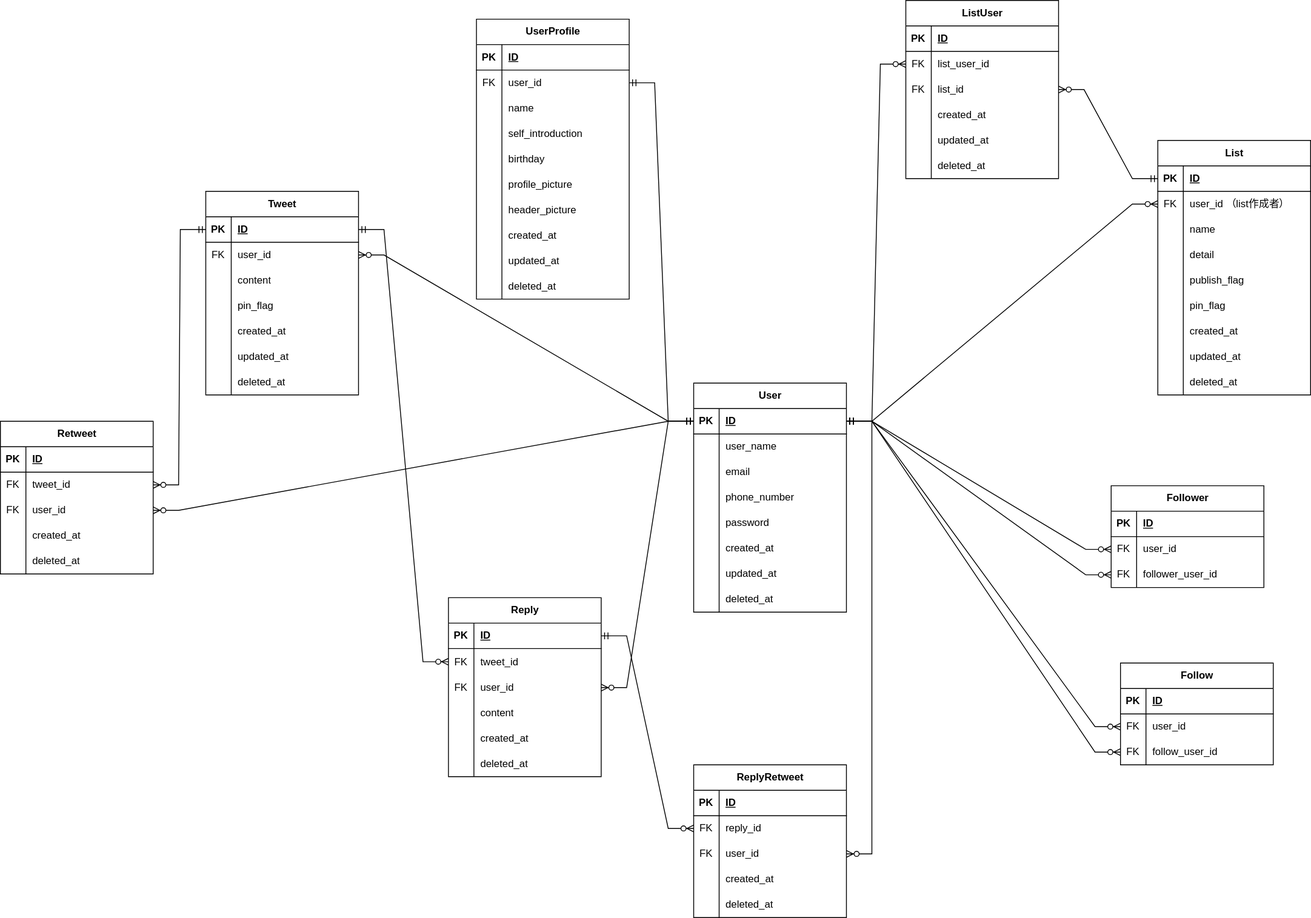
The draw.io diagram docs/tweet_er.drawio.svg in ckym02/tweet, before a commit. Source tidied: cells renumbered, new cells last; positions are measured from the earlier drawing's top-left corner, leaving out a move shared by most shapes.
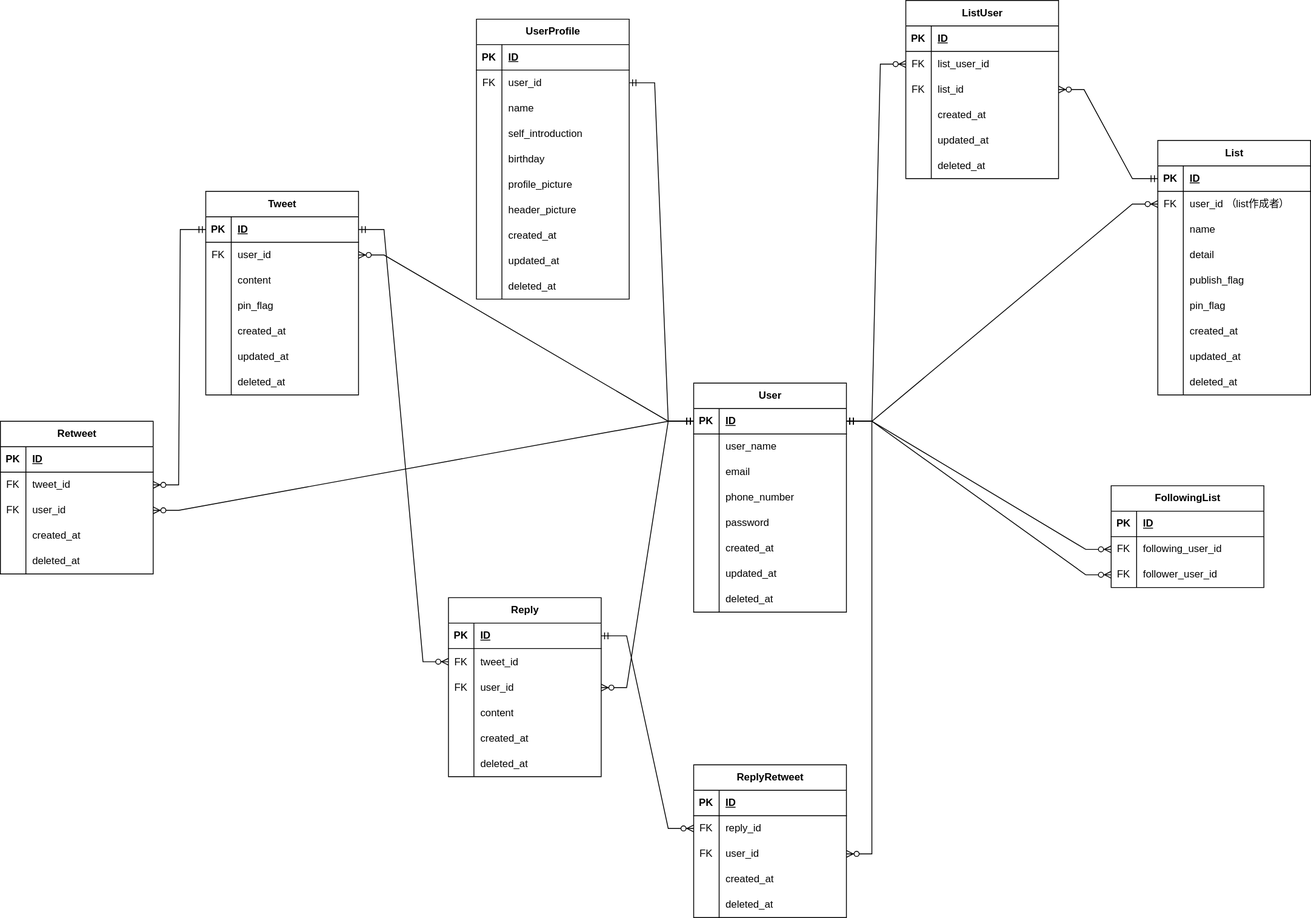
After the change.

Commit message:
フォローリストを重複削除

Diff of the diagram source:
```diff
@@ -77,36 +77,6 @@
     <mxCell id="26" value="deleted_at" style="shape=partialRectangle;fillColor=none;top=0;left=0;bottom=0;right=0;align=left;spacingLeft=6;overflow=hidden;whiteSpace=wrap;html=1;" parent="24" vertex="1">
       <mxGeometry x="30" width="150" height="30" as="geometry" />
     </mxCell>
-    <mxCell id="27" value="Follow" style="shape=table;startSize=30;rowLines=0;fontStyle=1;align=center;html=1;" parent="1" vertex="1">
-      <mxGeometry x="1320" y="781" width="180" height="120" as="geometry" />
-    </mxCell>
-    <mxCell id="28" style="shape=tableRow;horizontal=0;startSize=0;swimlaneHead=0;swimlaneBody=0;fillColor=none;top=0;left=0;right=0;bottom=1;" parent="27" vertex="1">
-      <mxGeometry y="30" width="180" height="30" as="geometry" />
-    </mxCell>
-    <mxCell id="29" value="PK" style="shape=partialRectangle;fillColor=none;top=0;left=0;bottom=0;right=0;fontStyle=1;overflow=hidden;whiteSpace=wrap;html=1;" parent="28" vertex="1">
-      <mxGeometry width="30" height="30" as="geometry" />
-    </mxCell>
-    <mxCell id="30" value="ID" style="shape=partialRectangle;fillColor=none;top=0;left=0;bottom=0;right=0;align=left;spacingLeft=6;fontStyle=5;overflow=hidden;whiteSpace=wrap;html=1;" parent="28" vertex="1">
-      <mxGeometry x="30" width="150" height="30" as="geometry" />
-    </mxCell>
-    <mxCell id="31" style="shape=tableRow;horizontal=0;startSize=0;swimlaneHead=0;swimlaneBody=0;fillColor=none;points=[[0,0.5],[1,0.5]];portConstraint=eastwest;top=0;left=0;right=0;bottom=0;" parent="27" vertex="1">
-      <mxGeometry y="60" width="180" height="30" as="geometry" />
-    </mxCell>
-    <mxCell id="32" value="FK" style="shape=partialRectangle;fillColor=none;top=0;left=0;bottom=0;right=0;overflow=hidden;whiteSpace=wrap;html=1;" parent="31" vertex="1">
-      <mxGeometry width="30" height="30" as="geometry" />
-    </mxCell>
-    <mxCell id="33" value="user_id" style="shape=partialRectangle;fillColor=none;top=0;left=0;bottom=0;right=0;align=left;spacingLeft=6;overflow=hidden;whiteSpace=wrap;html=1;" parent="31" vertex="1">
-      <mxGeometry x="30" width="150" height="30" as="geometry" />
-    </mxCell>
-    <mxCell id="34" style="shape=tableRow;horizontal=0;startSize=0;swimlaneHead=0;swimlaneBody=0;fillColor=none;points=[[0,0.5],[1,0.5]];portConstraint=eastwest;top=0;left=0;right=0;bottom=0;" parent="27" vertex="1">
-      <mxGeometry y="90" width="180" height="30" as="geometry" />
-    </mxCell>
-    <mxCell id="35" value="FK" style="shape=partialRectangle;fillColor=none;top=0;left=0;bottom=0;right=0;overflow=hidden;whiteSpace=wrap;html=1;" parent="34" vertex="1">
-      <mxGeometry width="30" height="30" as="geometry" />
-    </mxCell>
-    <mxCell id="36" value="follow_user_id" style="shape=partialRectangle;fillColor=none;top=0;left=0;bottom=0;right=0;align=left;spacingLeft=6;overflow=hidden;whiteSpace=wrap;html=1;" parent="34" vertex="1">
-      <mxGeometry x="30" width="150" height="30" as="geometry" />
-    </mxCell>
     <mxCell id="37" value="Tweet" style="shape=table;startSize=30;rowLines=0;fontStyle=1;align=center;html=1;swimlaneLine=1;" parent="1" vertex="1">
       <mxGeometry x="242" y="225" width="180" height="240" as="geometry" />
     </mxCell>
@@ -173,7 +143,7 @@
     <mxCell id="58" value="deleted_at" style="shape=partialRectangle;fillColor=none;top=0;left=0;bottom=0;right=0;align=left;spacingLeft=6;overflow=hidden;whiteSpace=wrap;html=1;" parent="56" vertex="1">
       <mxGeometry x="30" width="150" height="30" as="geometry" />
     </mxCell>
-    <mxCell id="59" value="Follower" style="shape=table;startSize=30;rowLines=0;fontStyle=1;align=center;html=1;" parent="1" vertex="1">
+    <mxCell id="59" value="FollowingList" style="shape=table;startSize=30;rowLines=0;fontStyle=1;align=center;html=1;" parent="1" vertex="1">
       <mxGeometry x="1309" y="572" width="180" height="120" as="geometry" />
     </mxCell>
     <mxCell id="60" style="shape=tableRow;horizontal=0;startSize=0;swimlaneHead=0;swimlaneBody=0;fillColor=none;top=0;left=0;right=0;bottom=1;" parent="59" vertex="1">
@@ -191,7 +161,7 @@
     <mxCell id="64" value="FK" style="shape=partialRectangle;fillColor=none;top=0;left=0;bottom=0;right=0;overflow=hidden;whiteSpace=wrap;html=1;" parent="63" vertex="1">
       <mxGeometry width="30" height="30" as="geometry" />
     </mxCell>
-    <mxCell id="65" value="user_id" style="shape=partialRectangle;fillColor=none;top=0;left=0;bottom=0;right=0;align=left;spacingLeft=6;overflow=hidden;whiteSpace=wrap;html=1;" parent="63" vertex="1">
+    <mxCell id="65" value="following_user_id" style="shape=partialRectangle;fillColor=none;top=0;left=0;bottom=0;right=0;align=left;spacingLeft=6;overflow=hidden;whiteSpace=wrap;html=1;" parent="63" vertex="1">
       <mxGeometry x="30" width="150" height="30" as="geometry" />
     </mxCell>
     <mxCell id="66" style="shape=tableRow;horizontal=0;startSize=0;swimlaneHead=0;swimlaneBody=0;fillColor=none;points=[[0,0.5],[1,0.5]];portConstraint=eastwest;top=0;left=0;right=0;bottom=0;" parent="59" vertex="1">
@@ -557,9 +527,6 @@
     <mxCell id="186" style="edgeStyle=entityRelationEdgeStyle;fontSize=12;html=1;endArrow=ERzeroToMany;startArrow=ERmandOne;rounded=0;entryX=0;entryY=0.5;entryDx=0;entryDy=0;" parent="1" edge="1" source="3" target="73">
       <mxGeometry relative="1" as="geometry" />
     </mxCell>
-    <mxCell id="187" style="edgeStyle=entityRelationEdgeStyle;fontSize=12;html=1;endArrow=ERzeroToMany;startArrow=ERmandOne;rounded=0;entryX=0;entryY=0.5;entryDx=0;entryDy=0;" parent="1" edge="1" source="3" target="31">
-      <mxGeometry relative="1" as="geometry" />
-    </mxCell>
     <mxCell id="188" style="edgeStyle=entityRelationEdgeStyle;fontSize=12;html=1;endArrow=ERzeroToMany;startArrow=ERmandOne;rounded=0;" parent="1" edge="1" source="3" target="123">
       <mxGeometry relative="1" as="geometry" />
     </mxCell>
@@ -626,9 +593,6 @@
     <mxCell id="209" style="edgeStyle=entityRelationEdgeStyle;fontSize=12;html=1;endArrow=ERzeroToMany;startArrow=ERmandOne;rounded=0;" parent="1" edge="1" source="3" target="66">
       <mxGeometry relative="1" as="geometry" />
     </mxCell>
-    <mxCell id="210" style="edgeStyle=entityRelationEdgeStyle;fontSize=12;html=1;endArrow=ERzeroToMany;startArrow=ERmandOne;rounded=0;" parent="1" edge="1" source="3" target="34">
-      <mxGeometry relative="1" as="geometry" />
-    </mxCell>
     <mxCell id="211" style="edgeStyle=entityRelationEdgeStyle;fontSize=12;html=1;endArrow=ERzeroToMany;startArrow=ERmandOne;rounded=0;" parent="1" edge="1" source="98" target="194">
       <mxGeometry relative="1" as="geometry" />
     </mxCell>
```
